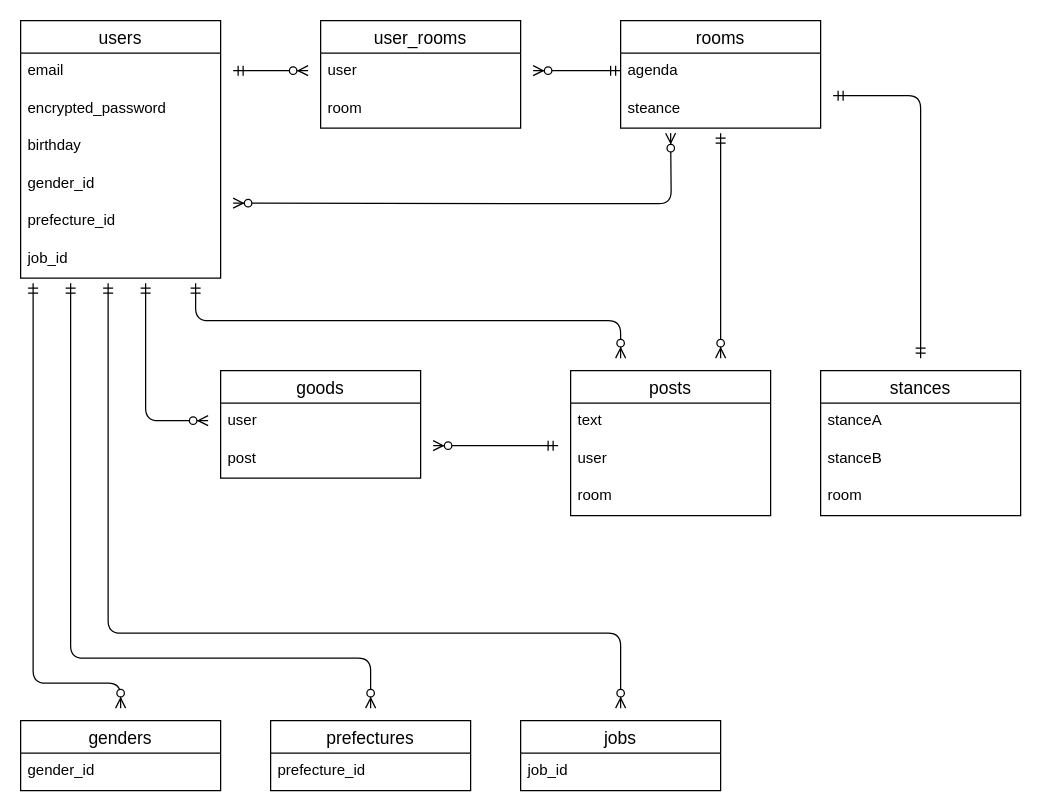
Before: bin/ER.dio in massan7251/breakpoint_app, a draw.io diagram. Source tidied: cells renumbered, new cells numbered last; positions are measured from the earlier drawing's top-left corner, leaving out a move shared by most shapes. Both pictures are drawn from the tidied source at 125%, with x=0, y=0 at pixel (20, 20).
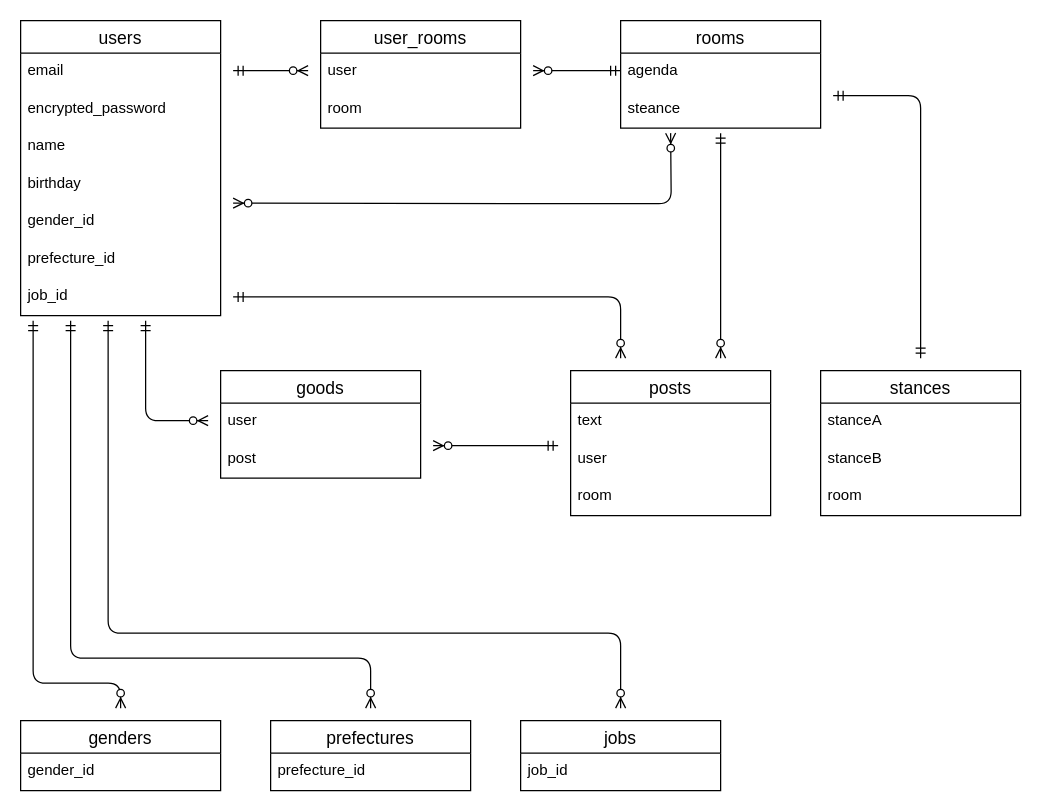
After the change.

Change to the diagram source:
```diff
@@
     <mxCell id="2" value="users" style="swimlane;fontStyle=0;horizontal=1;startSize=26;align=center;fontSize=14;" parent="1" vertex="1">
-      <mxGeometry width="160" height="206" as="geometry" />
+      <mxGeometry width="160" height="236" as="geometry" />
     </mxCell>
@@
+    <mxCell id="43" value="name" style="text;strokeColor=none;fillColor=none;spacingLeft=4;spacingRight=4;overflow=hidden;fontSize=12;" parent="2" vertex="1">
+      <mxGeometry y="86" width="160" height="30" as="geometry" />
+    </mxCell>
     <mxCell id="5" value="birthday" style="text;strokeColor=none;fillColor=none;spacingLeft=4;spacingRight=4;overflow=hidden;fontSize=12;" parent="2" vertex="1">
-      <mxGeometry y="86" width="160" height="30" as="geometry" />
+      <mxGeometry y="116" width="160" height="30" as="geometry" />
     </mxCell>
     <mxCell id="6" value="gender_id" style="text;strokeColor=none;fillColor=none;spacingLeft=4;spacingRight=4;overflow=hidden;fontSize=12;" parent="2" vertex="1">
-      <mxGeometry y="116" width="160" height="30" as="geometry" />
+      <mxGeometry y="146" width="160" height="30" as="geometry" />
     </mxCell>
     <mxCell id="7" value="prefecture_id" style="text;strokeColor=none;fillColor=none;spacingLeft=4;spacingRight=4;overflow=hidden;fontSize=12;" parent="2" vertex="1">
-      <mxGeometry y="146" width="160" height="30" as="geometry" />
+      <mxGeometry y="176" width="160" height="30" as="geometry" />
     </mxCell>
     <mxCell id="8" value="job_id" style="text;strokeColor=none;fillColor=none;spacingLeft=4;spacingRight=4;overflow=hidden;fontSize=12;" parent="2" vertex="1">
-      <mxGeometry y="176" width="160" height="30" as="geometry" />
+      <mxGeometry y="206" width="160" height="30" as="geometry" />
     </mxCell>
@@
     <mxCell id="26" style="edgeStyle=orthogonalEdgeStyle;fontSize=12;html=1;endArrow=ERzeroToMany;startArrow=ERmandOne;" parent="1" edge="1">
       <mxGeometry relative="1" as="geometry">
-        <mxPoint x="140" y="210" as="sourcePoint" />
+        <mxPoint x="170" y="221" as="sourcePoint" />
         <mxPoint x="480" y="270" as="targetPoint" />
         <Array as="points">
-          <mxPoint x="140" y="240" />
-          <mxPoint x="480" y="240" />
+          <mxPoint x="480" y="221" />
         </Array>
       </mxGeometry>
     </mxCell>
@@
     <mxCell id="33" style="edgeStyle=orthogonalEdgeStyle;fontSize=12;html=1;endArrow=ERzeroToMany;startArrow=ERmandOne;" parent="1" edge="1">
       <mxGeometry relative="1" as="geometry">
-        <mxPoint x="70" y="210" as="sourcePoint" />
+        <mxPoint x="70" y="240" as="sourcePoint" />
         <mxPoint x="480" y="550" as="targetPoint" />
         <Array as="points">
           <mxPoint x="70" y="490" />
           <mxPoint x="480" y="490" />
         </Array>
       </mxGeometry>
     </mxCell>
     <mxCell id="34" style="edgeStyle=orthogonalEdgeStyle;fontSize=12;html=1;endArrow=ERzeroToMany;startArrow=ERmandOne;" parent="1" edge="1">
       <mxGeometry relative="1" as="geometry">
-        <mxPoint x="40" y="210" as="sourcePoint" />
+        <mxPoint x="40" y="240" as="sourcePoint" />
         <mxPoint x="280" y="550" as="targetPoint" />
         <Array as="points">
           <mxPoint x="40" y="510" />
           <mxPoint x="280" y="510" />
         </Array>
       </mxGeometry>
     </mxCell>
     <mxCell id="35" style="edgeStyle=orthogonalEdgeStyle;fontSize=12;html=1;endArrow=ERzeroToMany;startArrow=ERmandOne;" parent="1" edge="1">
       <mxGeometry relative="1" as="geometry">
-        <mxPoint x="10" y="210" as="sourcePoint" />
+        <mxPoint x="10" y="240" as="sourcePoint" />
         <mxPoint x="80" y="550" as="targetPoint" />
         <Array as="points">
           <mxPoint x="10" y="530" />
           <mxPoint x="80" y="530" />
         </Array>
       </mxGeometry>
     </mxCell>
@@
     <mxCell id="40" style="edgeStyle=orthogonalEdgeStyle;fontSize=12;html=1;endArrow=ERzeroToMany;startArrow=ERmandOne;" parent="1" edge="1">
       <mxGeometry relative="1" as="geometry">
-        <mxPoint x="100" y="210" as="sourcePoint" />
+        <mxPoint x="100" y="240" as="sourcePoint" />
         <mxPoint x="150" y="320" as="targetPoint" />
         <Array as="points">
           <mxPoint x="100" y="320" />
         </Array>
       </mxGeometry>
     </mxCell>
```
